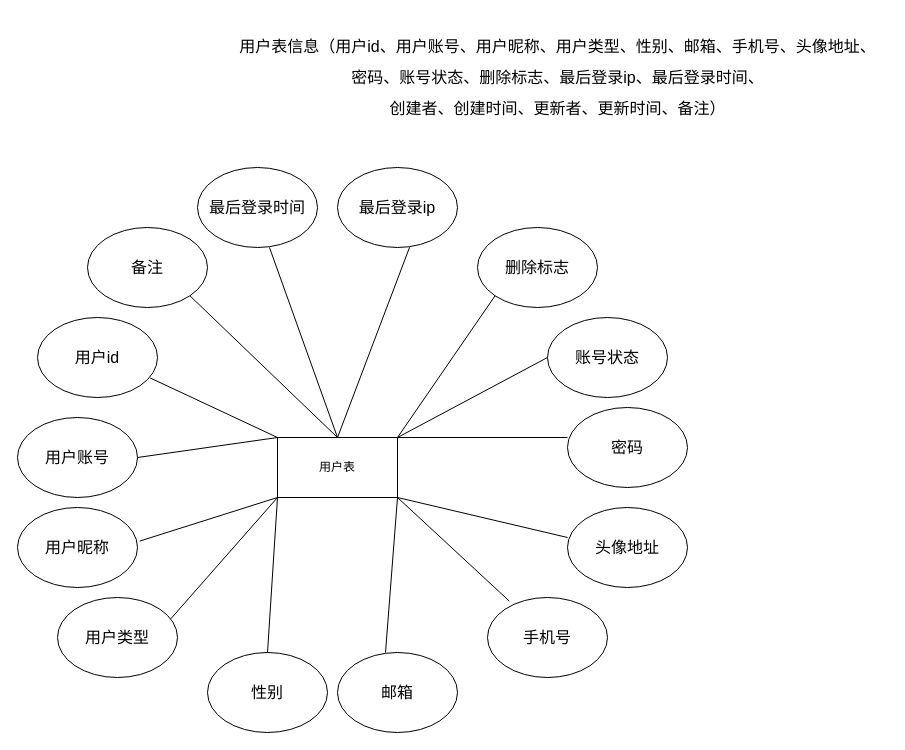
mynxg/draw-io-to-github keeps this draw.io diagram as page "ER图" (6 of 7) of lottery-note/fun-bill-依赖关系.drawio. Above is the earlier version. Source tidied: cells renumbered, new cells numbered last; positions are measured from the earlier drawing's top-left corner, leaving out a move shared by most shapes. Both pictures are drawn from the tidied source at 100%, with x=0, y=0 at pixel (17, 17).
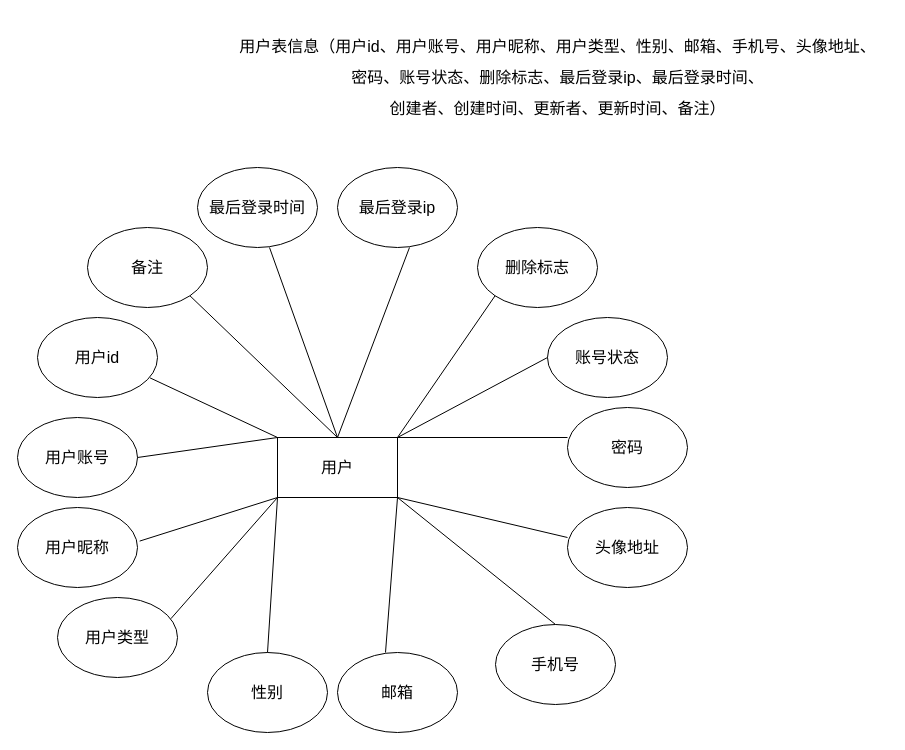
After the change.

Change to the diagram source:
```diff
@@
-    <mxCell id="3" value="用户表" style="rounded=0;whiteSpace=wrap;html=1;" parent="1" vertex="1">
+    <mxCell id="3" value="&lt;font style=&quot;font-size: 16px;&quot; face=&quot;宋体&quot;&gt;用户&lt;/font&gt;" style="rounded=0;whiteSpace=wrap;html=1;" parent="1" vertex="1">
       <mxGeometry x="260" y="420" width="120" height="60" as="geometry" />
     </mxCell>
@@
     <mxCell id="7" value="手机号" style="ellipse;whiteSpace=wrap;html=1;fontSize=16;fontFamily=宋体;" parent="1" vertex="1">
-      <mxGeometry x="470" y="580" width="120" height="80" as="geometry" />
+      <mxGeometry x="478" y="607" width="120" height="80" as="geometry" />
     </mxCell>
@@
-    <mxCell id="24" style="endArrow=none;html=1;rounded=0;exitX=0.182;exitY=0.045;exitDx=0;exitDy=0;exitPerimeter=0;" parent="1" edge="1" source="7">
+    <mxCell id="24" style="endArrow=none;html=1;rounded=0;exitX=0.5;exitY=0;exitDx=0;exitDy=0;" parent="1" edge="1" source="7">
       <mxGeometry relative="1" as="geometry">
         <mxPoint x="380" y="480" as="targetPoint" />
       </mxGeometry>
     </mxCell>
```
